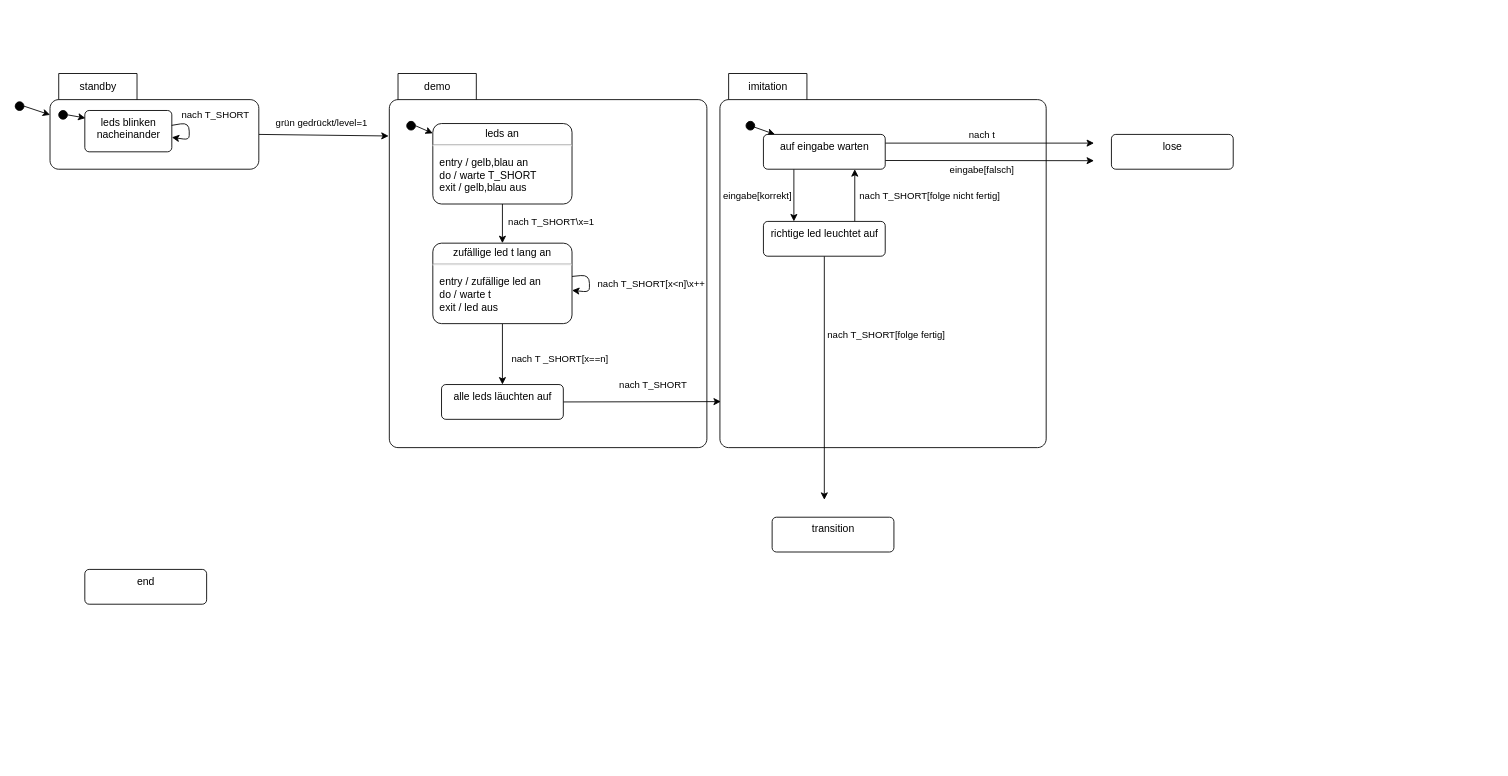
finnbechinka/embedded_systems keeps this draw.io diagram as page "Page-1" (1 of 2) of senso.drawio. Above is the earlier version. Source tidied: cells renumbered, new cells numbered last; positions are measured from the earlier drawing's top-left corner, leaving out a move shared by most shapes. Both pictures are drawn from the tidied source at 87%, with x=0, y=0 at pixel (15, 73).
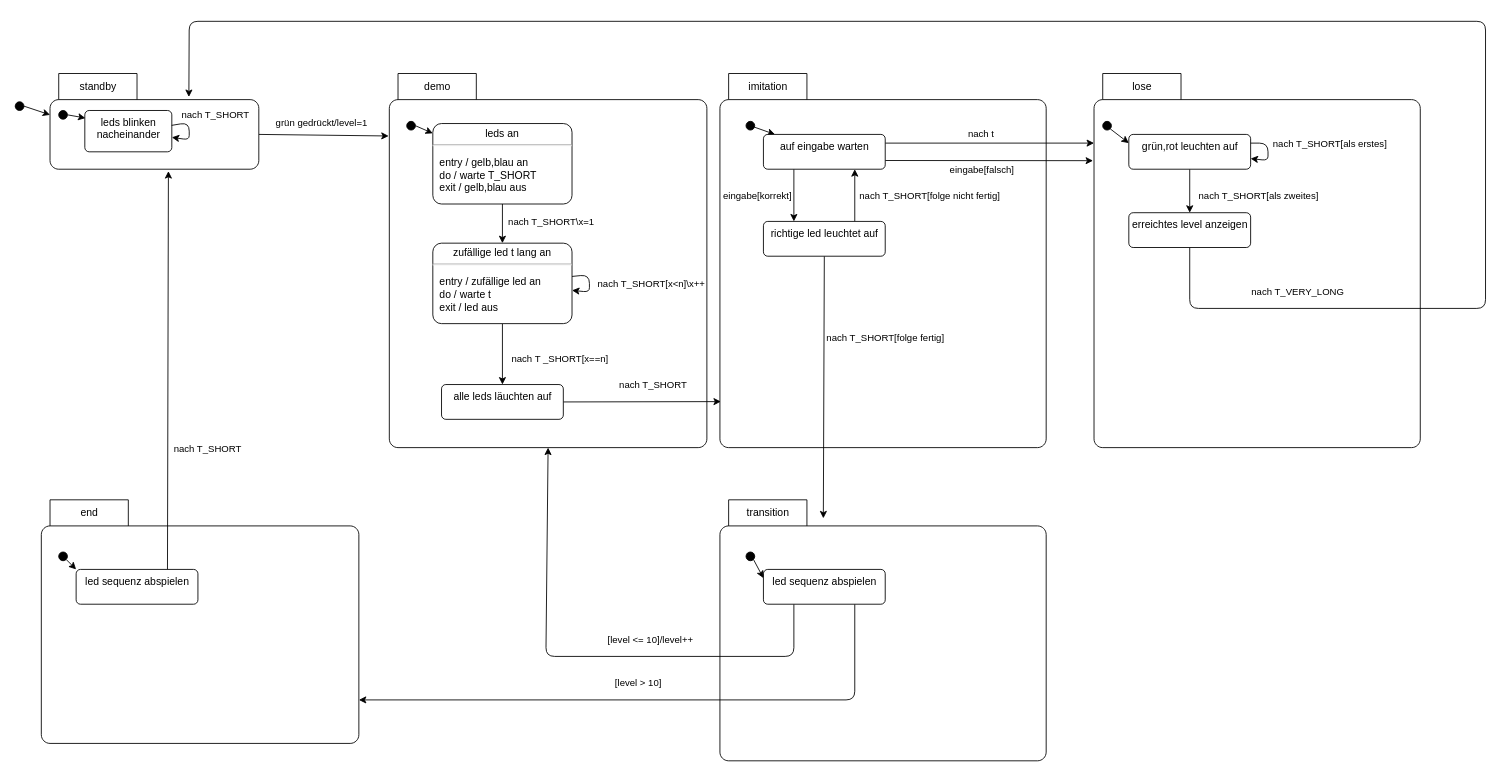
After the change.

The change refers to these unchanged cells:
```xml
<mxCell id="7" value="standby" style="shape=folder;align=center;verticalAlign=middle;fontStyle=0;tabWidth=100;tabHeight=30;tabPosition=left;html=1;boundedLbl=1;labelInHeader=1;rounded=1;absoluteArcSize=1;arcSize=10;" parent="1" vertex="1">
  <mxGeometry x="40" width="240" height="110" as="geometry" />
</mxCell>
<mxCell id="13" value="demo" style="shape=folder;align=center;verticalAlign=middle;fontStyle=0;tabWidth=100;tabHeight=30;tabPosition=left;html=1;boundedLbl=1;labelInHeader=1;rounded=1;absoluteArcSize=1;arcSize=10;" parent="1" vertex="1">
  <mxGeometry x="430" width="365" height="430" as="geometry" />
</mxCell>
<mxCell id="38" value="auf eingabe warten" style="html=1;align=center;verticalAlign=top;rounded=1;absoluteArcSize=1;arcSize=10;dashed=0;" parent="1" vertex="1">
  <mxGeometry x="860" y="70" width="140" height="40" as="geometry" />
</mxCell>
<mxCell id="43" value="richtige led leuchtet auf" style="html=1;align=center;verticalAlign=top;rounded=1;absoluteArcSize=1;arcSize=10;dashed=0;" parent="1" vertex="1">
  <mxGeometry x="860" y="170" width="140" height="40" as="geometry" />
</mxCell>
```

Diff of the diagram source:
```diff
@@
-    <mxCell id="2" value="transition" style="html=1;align=center;verticalAlign=top;rounded=1;absoluteArcSize=1;arcSize=10;dashed=0;" parent="1" vertex="1">
-      <mxGeometry x="870" y="510" width="140" height="40" as="geometry" />
-    </mxCell>
-    <mxCell id="3" value="lose" style="html=1;align=center;verticalAlign=top;rounded=1;absoluteArcSize=1;arcSize=10;dashed=0;" parent="1" vertex="1">
-      <mxGeometry x="1260" y="70" width="140" height="40" as="geometry" />
-    </mxCell>
-    <mxCell id="4" value="end" style="html=1;align=center;verticalAlign=top;rounded=1;absoluteArcSize=1;arcSize=10;dashed=0;" parent="1" vertex="1">
-      <mxGeometry x="80" y="570" width="140" height="40" as="geometry" />
-    </mxCell>
@@
-    <mxCell id="32" style="edgeStyle=none;html=1;exitX=1;exitY=0.25;exitDx=0;exitDy=0;" parent="1" edge="1" source="38">
-      <mxGeometry relative="1" as="geometry">
-        <mxPoint x="1240" y="80" as="targetPoint" />
-      </mxGeometry>
+    <mxCell id="32" style="edgeStyle=none;html=1;exitX=1;exitY=0.25;exitDx=0;exitDy=0;entryX=0;entryY=0.186;entryDx=0;entryDy=0;entryPerimeter=0;" parent="1" edge="1" source="38" target="3">
+      <mxGeometry relative="1" as="geometry" />
     </mxCell>
@@
-    <mxCell id="34" style="edgeStyle=none;html=1;exitX=1;exitY=0.75;exitDx=0;exitDy=0;" parent="1" edge="1" source="38">
-      <mxGeometry relative="1" as="geometry">
-        <mxPoint x="1240" y="100.2" as="targetPoint" />
-      </mxGeometry>
+    <mxCell id="34" style="edgeStyle=none;html=1;exitX=1;exitY=0.75;exitDx=0;exitDy=0;entryX=-0.003;entryY=0.233;entryDx=0;entryDy=0;entryPerimeter=0;" parent="1" edge="1" source="38" target="3">
+      <mxGeometry relative="1" as="geometry" />
     </mxCell>
@@
-    <mxCell id="41" style="edgeStyle=none;html=1;exitX=0.5;exitY=1;exitDx=0;exitDy=0;" parent="1" edge="1" source="43">
-      <mxGeometry relative="1" as="geometry">
-        <mxPoint x="930" y="490" as="targetPoint" />
-      </mxGeometry>
+    <mxCell id="41" style="edgeStyle=none;html=1;exitX=0.5;exitY=1;exitDx=0;exitDy=0;entryX=0.317;entryY=0.071;entryDx=0;entryDy=0;entryPerimeter=0;" parent="1" edge="1" source="43" target="2">
+      <mxGeometry relative="1" as="geometry" />
     </mxCell>
@@
+    <mxCell id="3" value="lose" style="shape=folder;align=center;verticalAlign=middle;fontStyle=0;tabWidth=100;tabHeight=30;tabPosition=left;html=1;boundedLbl=1;labelInHeader=1;rounded=1;absoluteArcSize=1;arcSize=10;" parent="1" vertex="1">
+      <mxGeometry x="1240" width="375" height="430" as="geometry" />
+    </mxCell>
+    <mxCell id="44" style="edgeStyle=none;html=1;exitX=1;exitY=1;exitDx=0;exitDy=0;entryX=0;entryY=0.25;entryDx=0;entryDy=0;" parent="1" edge="1" source="45" target="48">
+      <mxGeometry relative="1" as="geometry" />
+    </mxCell>
+    <mxCell id="45" style="ellipse;fillColor=strokeColor;" parent="1" vertex="1">
+      <mxGeometry x="1250" y="55" width="10" height="10" as="geometry" />
+    </mxCell>
+    <mxCell id="46" style="edgeStyle=none;html=1;exitX=0.5;exitY=1;exitDx=0;exitDy=0;entryX=0.5;entryY=0;entryDx=0;entryDy=0;" parent="1" edge="1" source="48" target="53">
+      <mxGeometry relative="1" as="geometry" />
+    </mxCell>
+    <mxCell id="47" value="nach T_SHORT[als zweites]" style="edgeLabel;html=1;align=center;verticalAlign=middle;" parent="46" vertex="1">
+      <mxGeometry x="-0.53" y="1" relative="1" as="geometry">
+        <mxPoint x="77" y="18" as="offset" />
+      </mxGeometry>
+    </mxCell>
+    <mxCell id="48" value="grün,rot leuchten auf" style="html=1;align=center;verticalAlign=top;rounded=1;absoluteArcSize=1;arcSize=10;dashed=0;" parent="1" vertex="1">
+      <mxGeometry x="1280" y="70" width="140" height="40" as="geometry" />
+    </mxCell>
+    <mxCell id="49" style="edgeStyle=none;html=1;exitX=1;exitY=0.25;exitDx=0;exitDy=0;" parent="1" edge="1" source="48" target="48">
+      <mxGeometry relative="1" as="geometry" />
+    </mxCell>
+    <mxCell id="50" value="nach T_SHORT[als erstes]" style="edgeLabel;html=1;align=center;verticalAlign=middle;" parent="49" vertex="1">
+      <mxGeometry x="-0.22" y="-1" relative="1" as="geometry">
+        <mxPoint x="71" y="-3" as="offset" />
+      </mxGeometry>
+    </mxCell>
+    <mxCell id="51" style="edgeStyle=none;html=1;exitX=0.5;exitY=1;exitDx=0;exitDy=0;entryX=0.665;entryY=0.245;entryDx=0;entryDy=0;entryPerimeter=0;" parent="1" edge="1" source="53" target="7">
+      <mxGeometry relative="1" as="geometry">
+        <Array as="points">
+          <mxPoint x="1350" y="270" />
+          <mxPoint x="1690" y="270" />
+          <mxPoint x="1690" y="-60" />
+          <mxPoint x="200" y="-60" />
+        </Array>
+      </mxGeometry>
+    </mxCell>
+    <mxCell id="52" value="nach T_VERY_LONG" style="edgeLabel;html=1;align=center;verticalAlign=middle;" parent="51" vertex="1">
+      <mxGeometry x="0.64" relative="1" as="geometry">
+        <mxPoint x="943" y="310" as="offset" />
+      </mxGeometry>
+    </mxCell>
+    <mxCell id="53" value="erreichtes level anzeigen" style="html=1;align=center;verticalAlign=top;rounded=1;absoluteArcSize=1;arcSize=10;dashed=0;" parent="1" vertex="1">
+      <mxGeometry x="1280" y="160" width="140" height="40" as="geometry" />
+    </mxCell>
+    <mxCell id="2" value="transition" style="shape=folder;align=center;verticalAlign=middle;fontStyle=0;tabWidth=100;tabHeight=30;tabPosition=left;html=1;boundedLbl=1;labelInHeader=1;rounded=1;absoluteArcSize=1;arcSize=10;" parent="1" vertex="1">
+      <mxGeometry x="810" y="490" width="375" height="300" as="geometry" />
+    </mxCell>
+    <mxCell id="54" style="edgeStyle=none;html=1;exitX=0.25;exitY=1;exitDx=0;exitDy=0;entryX=0.5;entryY=1;entryDx=0;entryDy=0;entryPerimeter=0;" parent="1" edge="1" source="58" target="13">
+      <mxGeometry relative="1" as="geometry">
+        <Array as="points">
+          <mxPoint x="895" y="670" />
+          <mxPoint x="610" y="670" />
+        </Array>
+      </mxGeometry>
+    </mxCell>
+    <mxCell id="55" value="[level &amp;lt;= 10]/level++" style="edgeLabel;html=1;align=center;verticalAlign=middle;" parent="54" vertex="1">
+      <mxGeometry x="-0.13" y="1" relative="1" as="geometry">
+        <mxPoint x="28" y="-21" as="offset" />
+      </mxGeometry>
+    </mxCell>
+    <mxCell id="56" style="edgeStyle=none;html=1;exitX=0.75;exitY=1;exitDx=0;exitDy=0;entryX=0;entryY=0;entryDx=365;entryDy=230;entryPerimeter=0;" parent="1" edge="1" source="58" target="4">
+      <mxGeometry relative="1" as="geometry">
+        <Array as="points">
+          <mxPoint x="965" y="720" />
+        </Array>
+      </mxGeometry>
+    </mxCell>
+    <mxCell id="57" value="[level &amp;gt; 10]" style="edgeLabel;html=1;align=center;verticalAlign=middle;" parent="56" vertex="1">
+      <mxGeometry x="0.67" y="2" relative="1" as="geometry">
+        <mxPoint x="208" y="-22" as="offset" />
+      </mxGeometry>
+    </mxCell>
+    <mxCell id="58" value="led sequenz abspielen" style="html=1;align=center;verticalAlign=top;rounded=1;absoluteArcSize=1;arcSize=10;dashed=0;" parent="1" vertex="1">
+      <mxGeometry x="860" y="570" width="140" height="40" as="geometry" />
+    </mxCell>
+    <mxCell id="59" style="edgeStyle=none;html=1;exitX=1;exitY=1;exitDx=0;exitDy=0;entryX=0;entryY=0.25;entryDx=0;entryDy=0;" parent="1" edge="1" source="60" target="58">
+      <mxGeometry relative="1" as="geometry" />
+    </mxCell>
+    <mxCell id="60" style="ellipse;fillColor=strokeColor;" parent="1" vertex="1">
+      <mxGeometry x="840" y="550" width="10" height="10" as="geometry" />
+    </mxCell>
+    <mxCell id="4" value="end" style="shape=folder;align=center;verticalAlign=middle;fontStyle=0;tabWidth=100;tabHeight=30;tabPosition=left;html=1;boundedLbl=1;labelInHeader=1;rounded=1;absoluteArcSize=1;arcSize=10;" parent="1" vertex="1">
+      <mxGeometry x="30" y="490" width="365" height="280" as="geometry" />
+    </mxCell>
+    <mxCell id="61" style="edgeStyle=none;html=1;exitX=1;exitY=1;exitDx=0;exitDy=0;entryX=0;entryY=0;entryDx=0;entryDy=0;" parent="1" edge="1" source="62" target="65">
+      <mxGeometry relative="1" as="geometry" />
+    </mxCell>
+    <mxCell id="62" style="ellipse;fillColor=strokeColor;" parent="1" vertex="1">
+      <mxGeometry x="50" y="550" width="10" height="10" as="geometry" />
+    </mxCell>
+    <mxCell id="63" style="edgeStyle=none;html=1;exitX=0.75;exitY=0;exitDx=0;exitDy=0;entryX=0.567;entryY=1.02;entryDx=0;entryDy=0;entryPerimeter=0;" parent="1" edge="1" source="65" target="7">
+      <mxGeometry relative="1" as="geometry" />
+    </mxCell>
+    <mxCell id="64" value="nach T_SHORT" style="edgeLabel;html=1;align=center;verticalAlign=middle;" parent="63" vertex="1">
+      <mxGeometry x="-0.32" y="-2" relative="1" as="geometry">
+        <mxPoint x="43" y="16" as="offset" />
+      </mxGeometry>
+    </mxCell>
+    <mxCell id="65" value="led sequenz abspielen" style="html=1;align=center;verticalAlign=top;rounded=1;absoluteArcSize=1;arcSize=10;dashed=0;" parent="1" vertex="1">
+      <mxGeometry x="70" y="570" width="140" height="40" as="geometry" />
+    </mxCell>
```
